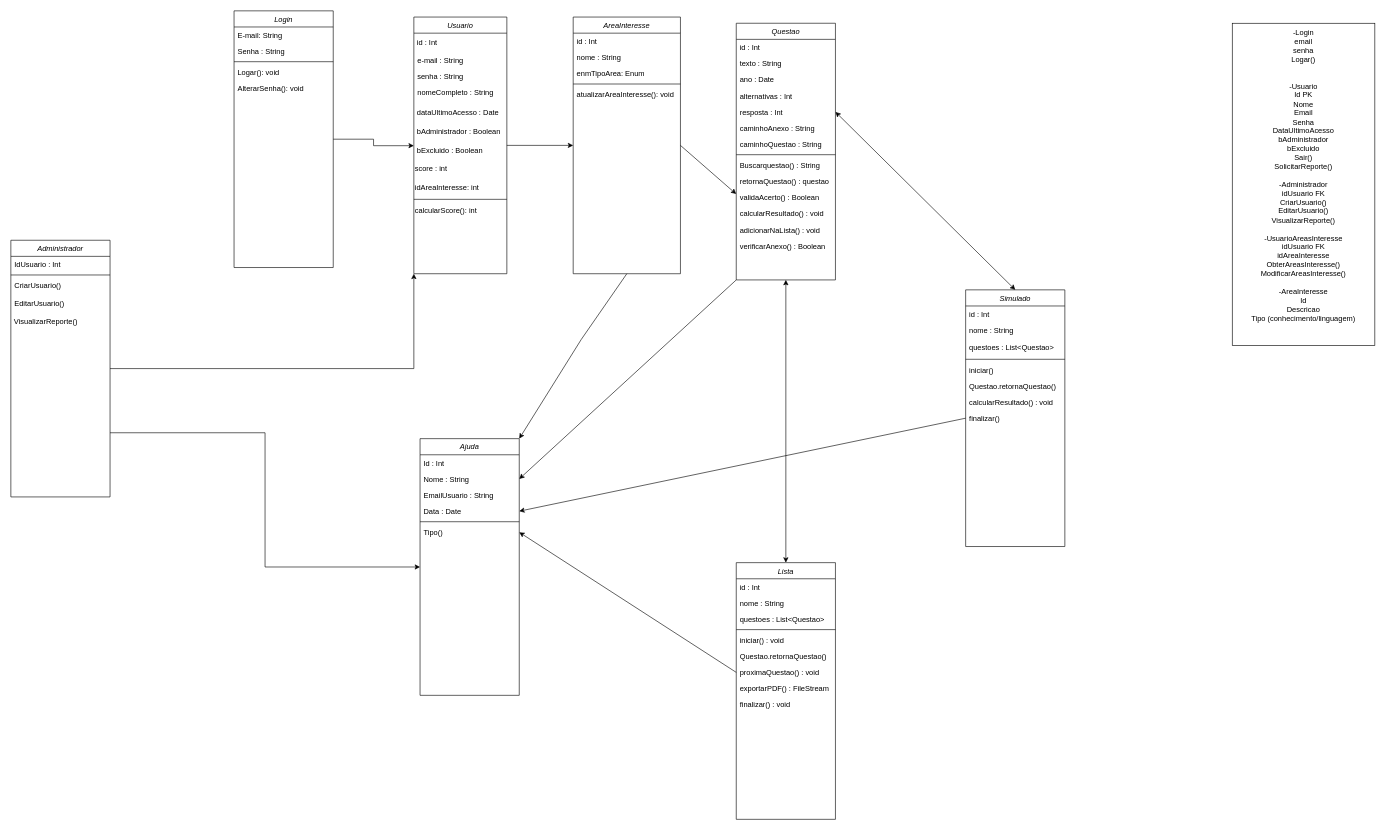
This is QENEM UML Diagram.drawio from augustorazani/QENEM-UML-Diagram, a draw.io file, before an edit. Source tidied: cells renumbered, new cells numbered last; positions are measured from the earlier drawing's top-left corner, leaving out a move shared by most shapes. Both pictures are drawn from the tidied source at 62%, with x=0, y=0 at pixel (11, 11).
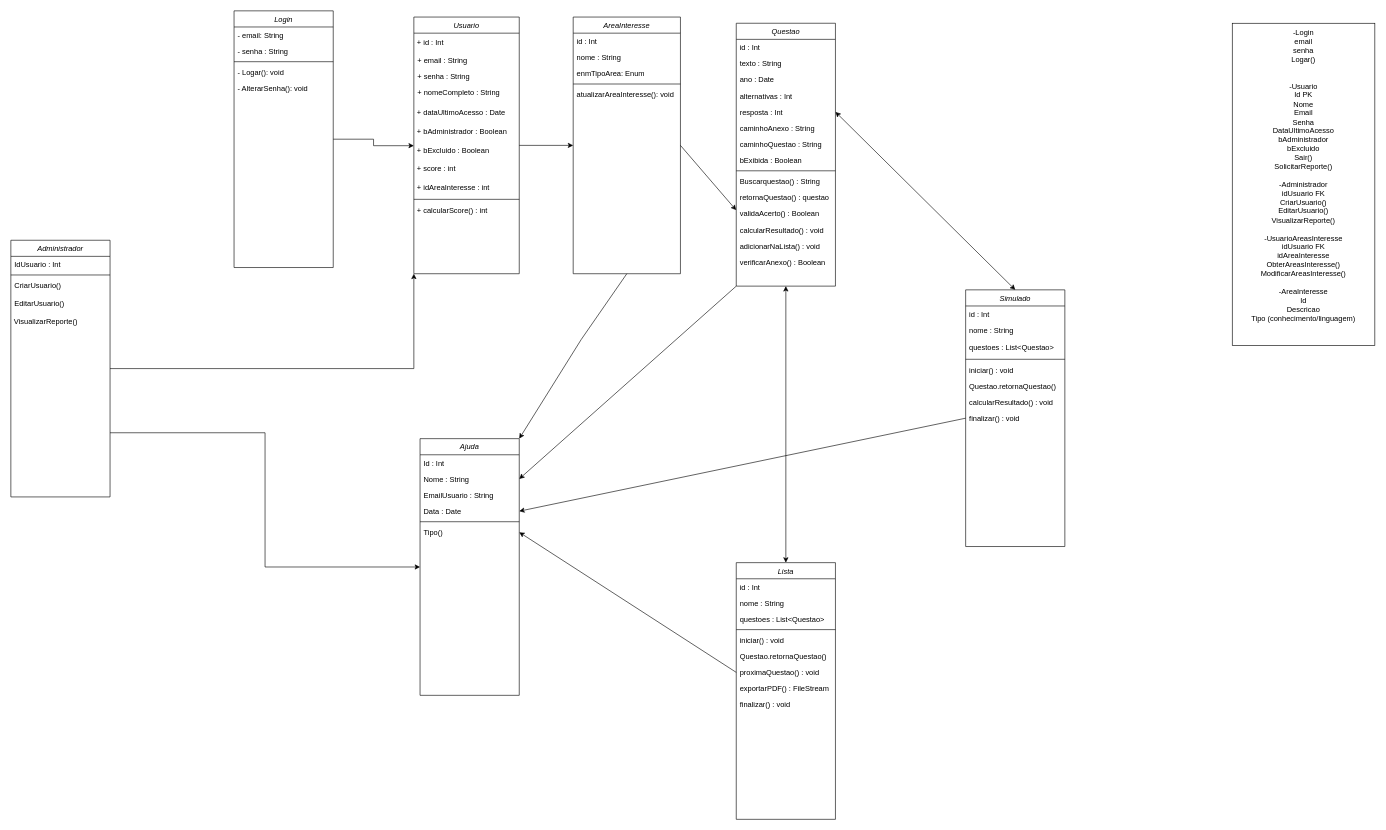
The same page after the edit.

Unchanged cells that the change refers to:
```xml
<mxCell id="16" value="Login" style="swimlane;fontStyle=2;align=center;verticalAlign=top;horizontal=1;startSize=26;rounded=0;shadow=0;strokeWidth=1;" parent="1" vertex="1">
  <mxGeometry x="360" width="160" height="414" as="geometry" />
</mxCell>
<mxCell id="41" value="Simulado" style="swimlane;fontStyle=2;align=center;verticalAlign=top;horizontal=1;startSize=26;rounded=0;shadow=0;strokeWidth=1;" parent="1" vertex="1">
  <mxGeometry x="1540" y="450" width="160" height="414" as="geometry" />
</mxCell>
```

Change to the diagram source:
```diff
@@
     <mxCell id="3" value="Usuario" style="swimlane;fontStyle=2;align=center;verticalAlign=top;horizontal=1;startSize=26;rounded=0;shadow=0;strokeWidth=1;" parent="1" vertex="1">
-      <mxGeometry x="650" y="10" width="150" height="414" as="geometry" />
+      <mxGeometry x="650" y="10" width="170" height="414" as="geometry" />
     </mxCell>
-    <mxCell id="4" value="&amp;nbsp;id : Int" style="text;html=1;align=left;verticalAlign=middle;whiteSpace=wrap;rounded=0;" parent="3" vertex="1">
-      <mxGeometry y="26" width="150" height="30" as="geometry" />
+    <mxCell id="4" value="&amp;nbsp;+ id : Int" style="text;html=1;align=left;verticalAlign=middle;whiteSpace=wrap;rounded=0;" parent="3" vertex="1">
+      <mxGeometry y="26" width="170" height="30" as="geometry" />
     </mxCell>
-    <mxCell id="5" value="e-mail : String" style="text;align=left;verticalAlign=top;spacingLeft=4;spacingRight=4;overflow=hidden;" parent="3" vertex="1">
-      <mxGeometry y="56" width="150" height="26" as="geometry" />
+    <mxCell id="5" value="+ email : String" style="text;align=left;verticalAlign=top;spacingLeft=4;spacingRight=4;overflow=hidden;" parent="3" vertex="1">
+      <mxGeometry y="56" width="170" height="26" as="geometry" />
     </mxCell>
-    <mxCell id="6" value="senha : String" style="text;align=left;verticalAlign=top;spacingLeft=4;spacingRight=4;overflow=hidden;rounded=0;shadow=0;html=0;" parent="3" vertex="1">
-      <mxGeometry y="82" width="150" height="26" as="geometry" />
+    <mxCell id="6" value="+ senha : String" style="text;align=left;verticalAlign=top;spacingLeft=4;spacingRight=4;overflow=hidden;rounded=0;shadow=0;html=0;" parent="3" vertex="1">
+      <mxGeometry y="82" width="170" height="26" as="geometry" />
     </mxCell>
-    <mxCell id="7" value="nomeCompleto : String" style="text;align=left;verticalAlign=top;spacingLeft=4;spacingRight=4;overflow=hidden;rounded=0;shadow=0;html=0;" parent="3" vertex="1">
-      <mxGeometry y="108" width="150" height="32" as="geometry" />
+    <mxCell id="7" value="+ nomeCompleto : String" style="text;align=left;verticalAlign=top;spacingLeft=4;spacingRight=4;overflow=hidden;rounded=0;shadow=0;html=0;" parent="3" vertex="1">
+      <mxGeometry y="108" width="170" height="32" as="geometry" />
     </mxCell>
-    <mxCell id="8" value="&amp;nbsp;dataUltimoAcesso : Date" style="text;html=1;align=left;verticalAlign=middle;whiteSpace=wrap;rounded=0;" parent="3" vertex="1">
-      <mxGeometry y="140" width="150" height="30" as="geometry" />
+    <mxCell id="8" value="&amp;nbsp;+ dataUltimoAcesso : Date" style="text;html=1;align=left;verticalAlign=middle;whiteSpace=wrap;rounded=0;" parent="3" vertex="1">
+      <mxGeometry y="140" width="170" height="30" as="geometry" />
     </mxCell>
-    <mxCell id="9" value="&amp;nbsp;bAdministrador : Boolean" style="text;html=1;align=left;verticalAlign=middle;whiteSpace=wrap;rounded=0;" parent="3" vertex="1">
-      <mxGeometry y="170" width="150" height="30" as="geometry" />
+    <mxCell id="9" value="&amp;nbsp;+ bAdministrador : Boolean" style="text;html=1;align=left;verticalAlign=middle;whiteSpace=wrap;rounded=0;" parent="3" vertex="1">
+      <mxGeometry y="170" width="170" height="30" as="geometry" />
     </mxCell>
-    <mxCell id="10" value="&amp;nbsp;bExcluido : Boolean" style="text;html=1;align=left;verticalAlign=middle;whiteSpace=wrap;rounded=0;" parent="3" vertex="1">
-      <mxGeometry y="200" width="150" height="30" as="geometry" />
+    <mxCell id="10" value="&amp;nbsp;+ bExcluido : Boolean" style="text;html=1;align=left;verticalAlign=middle;whiteSpace=wrap;rounded=0;" parent="3" vertex="1">
+      <mxGeometry y="200" width="170" height="30" as="geometry" />
     </mxCell>
-    <mxCell id="11" value="score : int" style="text;html=1;align=left;verticalAlign=middle;whiteSpace=wrap;rounded=0;" parent="3" vertex="1">
-      <mxGeometry y="230" width="150" height="30" as="geometry" />
+    <mxCell id="11" value="&amp;nbsp;+ score : int" style="text;html=1;align=left;verticalAlign=middle;whiteSpace=wrap;rounded=0;" parent="3" vertex="1">
+      <mxGeometry y="230" width="170" height="30" as="geometry" />
     </mxCell>
-    <mxCell id="12" value="idAreaInteresse: int" style="text;html=1;align=left;verticalAlign=middle;whiteSpace=wrap;rounded=0;" parent="3" vertex="1">
-      <mxGeometry y="260" width="150" height="30" as="geometry" />
+    <mxCell id="12" value="&amp;nbsp;+ idAreaInteresse : int" style="text;html=1;align=left;verticalAlign=middle;whiteSpace=wrap;rounded=0;" parent="3" vertex="1">
+      <mxGeometry y="260" width="170" height="30" as="geometry" />
     </mxCell>
     <mxCell id="13" style="line;html=1;strokeWidth=1;align=left;verticalAlign=middle;spacingTop=-1;spacingLeft=3;spacingRight=3;labelPosition=right;" parent="3" vertex="1">
-      <mxGeometry y="290" width="150" height="8" as="geometry" />
+      <mxGeometry y="290" width="170" height="8" as="geometry" />
     </mxCell>
-    <mxCell id="14" value="calcularScore(): int" style="text;strokeColor=none;align=left;fillColor=none;html=1;verticalAlign=middle;whiteSpace=wrap;rounded=0;" parent="3" vertex="1">
-      <mxGeometry y="298" width="150" height="30" as="geometry" />
-    </mxCell>
+    <mxCell id="85" value="&amp;nbsp;+ calcularScore() : int" style="text;strokeColor=none;align=left;fillColor=none;html=1;verticalAlign=middle;whiteSpace=wrap;rounded=0;" parent="3" vertex="1">
+      <mxGeometry y="298" width="170" height="30" as="geometry" />
+    </mxCell>
@@
-    <mxCell id="17" value="E-mail: String" style="text;align=left;verticalAlign=top;spacingLeft=4;spacingRight=4;overflow=hidden;" parent="16" vertex="1">
+    <mxCell id="17" value="- email: String" style="text;align=left;verticalAlign=top;spacingLeft=4;spacingRight=4;overflow=hidden;" parent="16" vertex="1">
       <mxGeometry y="26" width="160" height="26" as="geometry" />
     </mxCell>
-    <mxCell id="18" value="Senha : String" style="text;align=left;verticalAlign=top;spacingLeft=4;spacingRight=4;overflow=hidden;rounded=0;shadow=0;html=0;" parent="16" vertex="1">
+    <mxCell id="18" value="- senha : String" style="text;align=left;verticalAlign=top;spacingLeft=4;spacingRight=4;overflow=hidden;rounded=0;shadow=0;html=0;" parent="16" vertex="1">
       <mxGeometry y="52" width="160" height="26" as="geometry" />
     </mxCell>
@@
-    <mxCell id="20" value="Logar(): void" style="text;align=left;verticalAlign=top;spacingLeft=4;spacingRight=4;overflow=hidden;" parent="16" vertex="1">
+    <mxCell id="20" value="- Logar(): void" style="text;align=left;verticalAlign=top;spacingLeft=4;spacingRight=4;overflow=hidden;" parent="16" vertex="1">
       <mxGeometry y="86" width="160" height="26" as="geometry" />
     </mxCell>
-    <mxCell id="21" value="AlterarSenha(): void" style="text;align=left;verticalAlign=top;spacingLeft=4;spacingRight=4;overflow=hidden;" parent="16" vertex="1">
+    <mxCell id="21" value="- AlterarSenha(): void" style="text;align=left;verticalAlign=top;spacingLeft=4;spacingRight=4;overflow=hidden;" parent="16" vertex="1">
       <mxGeometry y="112" width="160" height="26" as="geometry" />
     </mxCell>
@@
-    <mxCell id="46" value="iniciar()" style="text;align=left;verticalAlign=top;spacingLeft=4;spacingRight=4;overflow=hidden;" parent="41" vertex="1">
+    <mxCell id="46" value="iniciar() : void" style="text;align=left;verticalAlign=top;spacingLeft=4;spacingRight=4;overflow=hidden;" parent="41" vertex="1">
       <mxGeometry y="116" width="160" height="26" as="geometry" />
     </mxCell>
@@
-    <mxCell id="49" value="finalizar()" style="text;align=left;verticalAlign=top;spacingLeft=4;spacingRight=4;overflow=hidden;" parent="41" vertex="1">
+    <mxCell id="49" value="finalizar() : void" style="text;align=left;verticalAlign=top;spacingLeft=4;spacingRight=4;overflow=hidden;" parent="41" vertex="1">
       <mxGeometry y="194" width="160" height="26" as="geometry" />
     </mxCell>
     <mxCell id="50" value="Questao" style="swimlane;fontStyle=2;align=center;verticalAlign=top;horizontal=1;startSize=26;rounded=0;shadow=0;strokeWidth=1;" parent="1" vertex="1">
-      <mxGeometry x="1170" y="20" width="160" height="414" as="geometry" />
+      <mxGeometry x="1170" y="20" width="160" height="424" as="geometry" />
     </mxCell>
@@
+    <mxCell id="86" value="bExibida : Boolean" style="text;align=left;verticalAlign=top;spacingLeft=4;spacingRight=4;overflow=hidden;rounded=0;shadow=0;html=0;" parent="50" vertex="1">
+      <mxGeometry y="208" width="160" height="26" as="geometry" />
+    </mxCell>
     <mxCell id="58" style="line;html=1;strokeWidth=1;align=left;verticalAlign=middle;spacingTop=-1;spacingLeft=3;spacingRight=3;labelPosition=right;" parent="50" vertex="1">
-      <mxGeometry y="208" width="160" height="8" as="geometry" />
+      <mxGeometry y="234" width="160" height="8" as="geometry" />
     </mxCell>
     <mxCell id="59" value="Buscarquestao() : String" style="text;align=left;verticalAlign=top;spacingLeft=4;spacingRight=4;overflow=hidden;" parent="50" vertex="1">
-      <mxGeometry y="216" width="160" height="26" as="geometry" />
+      <mxGeometry y="242" width="160" height="26" as="geometry" />
     </mxCell>
     <mxCell id="60" value="retornaQuestao() : questao" style="text;align=left;verticalAlign=top;spacingLeft=4;spacingRight=4;overflow=hidden;" parent="50" vertex="1">
-      <mxGeometry y="242" width="160" height="26" as="geometry" />
+      <mxGeometry y="268" width="160" height="26" as="geometry" />
     </mxCell>
     <mxCell id="61" value="validaAcerto() : Boolean" style="text;align=left;verticalAlign=top;spacingLeft=4;spacingRight=4;overflow=hidden;points=[[0,0.5],[1,0.5]];portConstraint=eastwest;" parent="50" vertex="1">
-      <mxGeometry y="268" width="160" height="26" as="geometry" />
+      <mxGeometry y="294" width="160" height="26" as="geometry" />
     </mxCell>
     <mxCell id="62" value="calcularResultado() : void" style="text;align=left;verticalAlign=top;spacingLeft=4;spacingRight=4;overflow=hidden;" parent="50" vertex="1">
-      <mxGeometry y="294" width="160" height="26" as="geometry" />
+      <mxGeometry y="320" width="160" height="26" as="geometry" />
     </mxCell>
     <mxCell id="63" value="adicionarNaLista() : void" style="text;align=left;verticalAlign=top;spacingLeft=4;spacingRight=4;overflow=hidden;" parent="50" vertex="1">
-      <mxGeometry y="320" width="160" height="26" as="geometry" />
+      <mxGeometry y="346" width="160" height="26" as="geometry" />
     </mxCell>
     <mxCell id="64" value="verificarAnexo() : Boolean" style="text;align=left;verticalAlign=top;spacingLeft=4;spacingRight=4;overflow=hidden;" parent="50" vertex="1">
-      <mxGeometry y="346" width="160" height="26" as="geometry" />
+      <mxGeometry y="372" width="160" height="26" as="geometry" />
     </mxCell>
```
